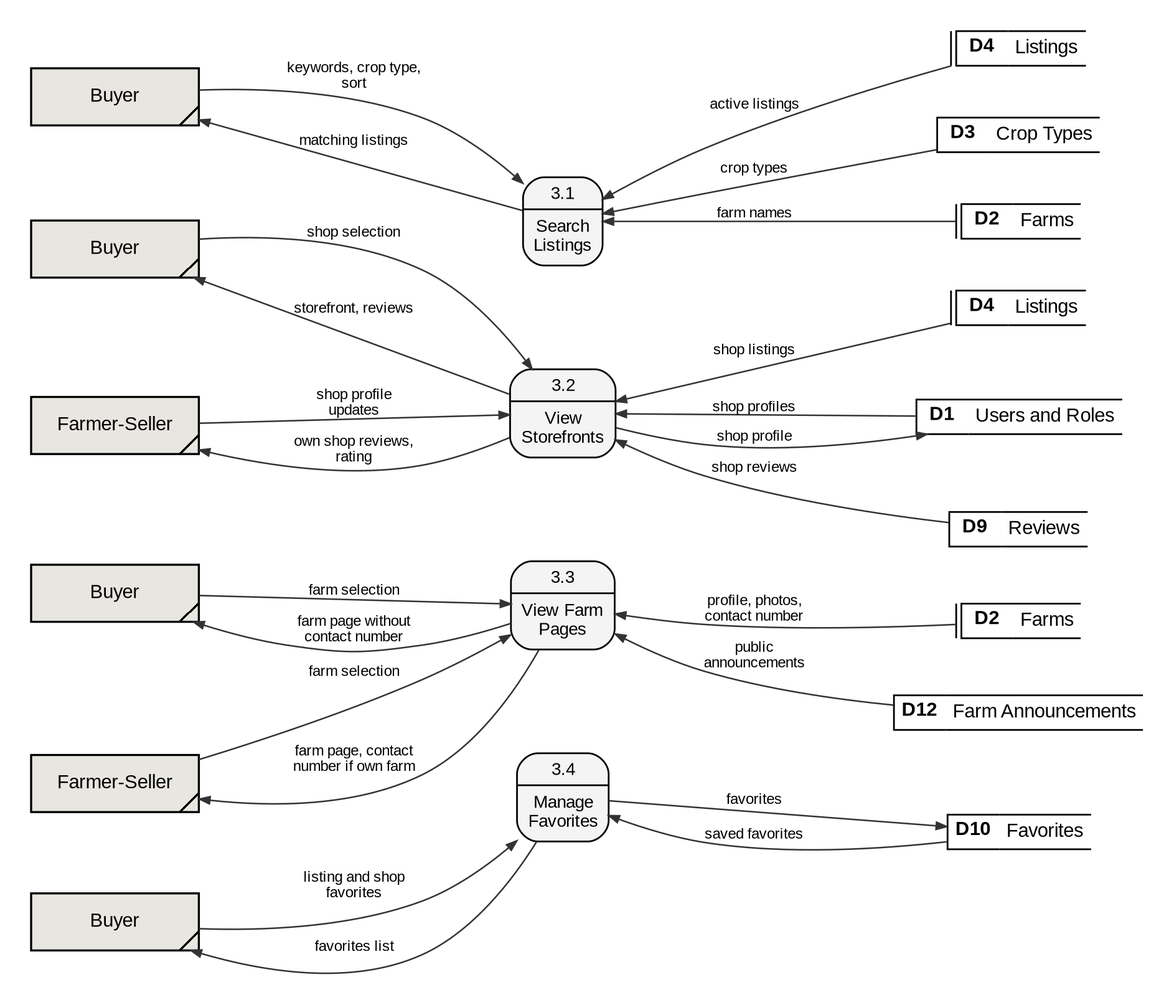
Before: docs/manuscript/figures/fig6_2_3_dfd_level2.png, a diagram exported from Graphviz (shawncastaneda11-commits/anihow-backend). Its source is kept beside it as docs/manuscript/figures/src/fig6_2_3_dfd_level2.dot.
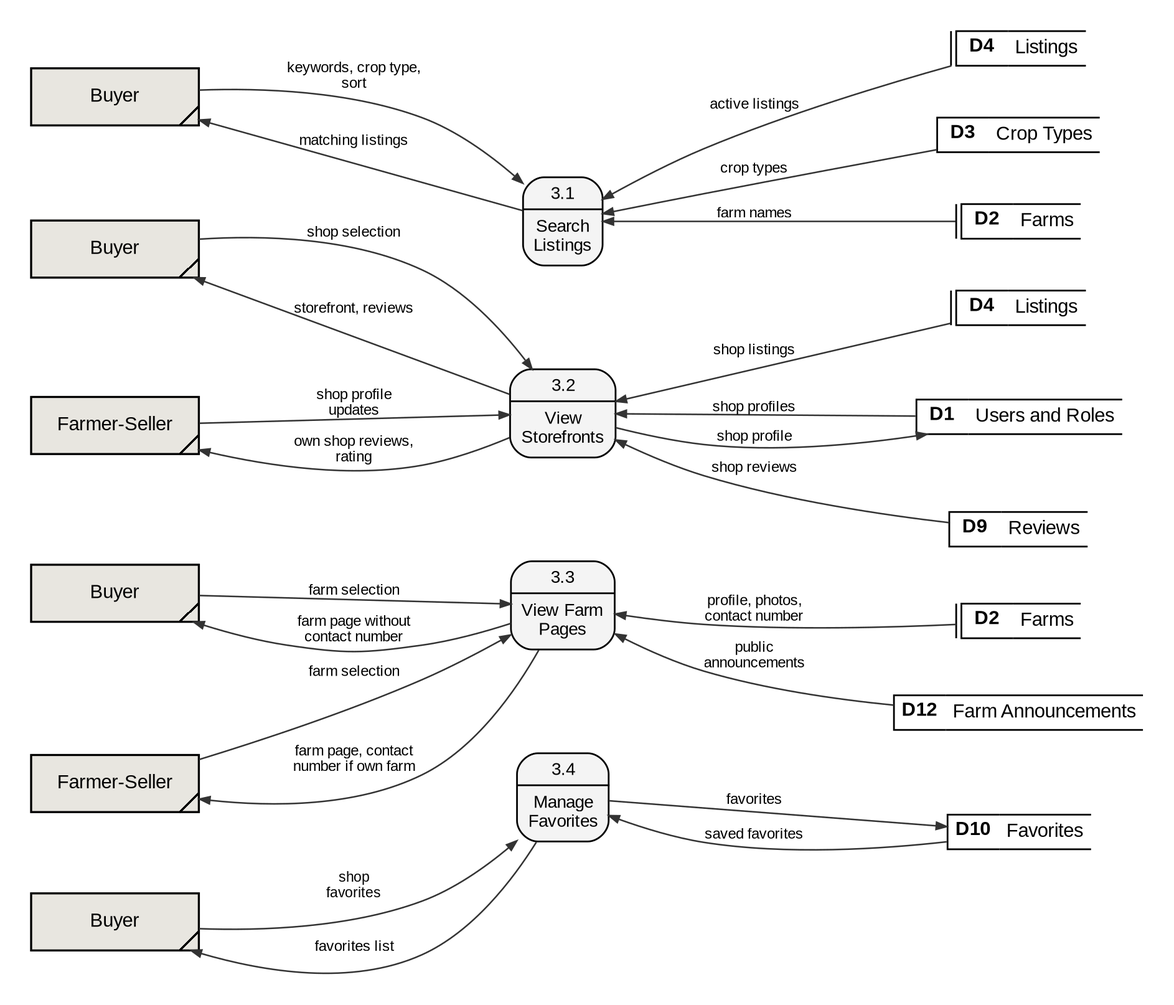
The same diagram one commit later.

The edit, as a diff of the source:
```diff
@@ -40,7 +40,7 @@
   q3c -> D12_q3c [label="public\nannouncements", dir=back];
   by_q3c -> q3c [label="farm page without\ncontact number", dir=back];
   fs_q3c -> q3c [label="farm page, contact\nnumber if own farm", dir=back];
-  by_q3d -> q3d [label="listing and shop\nfavorites"];
+  by_q3d -> q3d [label="shop\nfavorites"];
   q3d -> D10_q3d [label="favorites"];
   q3d -> D10_q3d [label="saved favorites", dir=back];
   by_q3d -> q3d [label="favorites list", dir=back];
```
